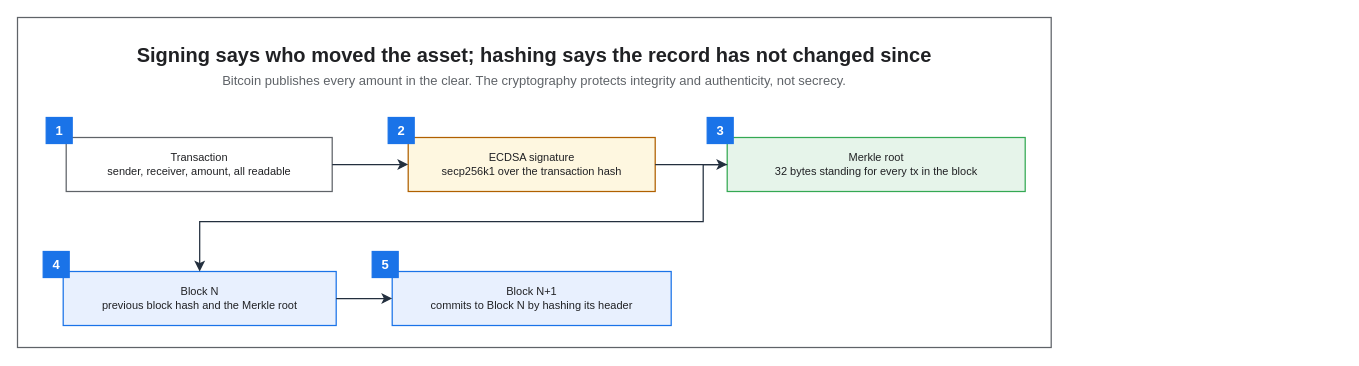
Earlier version of the draw.io diagram assets/img/blockchain/blockchain-series.drawio (KKamJi98/kkamji98.github.io). Source tidied: cells renumbered, new cells numbered last; positions are measured from the earlier drawing's top-left corner, leaving out a move shared by most shapes. Both pictures are drawn from the tidied source at 100%, with x=0, y=0 at pixel (17, 17).
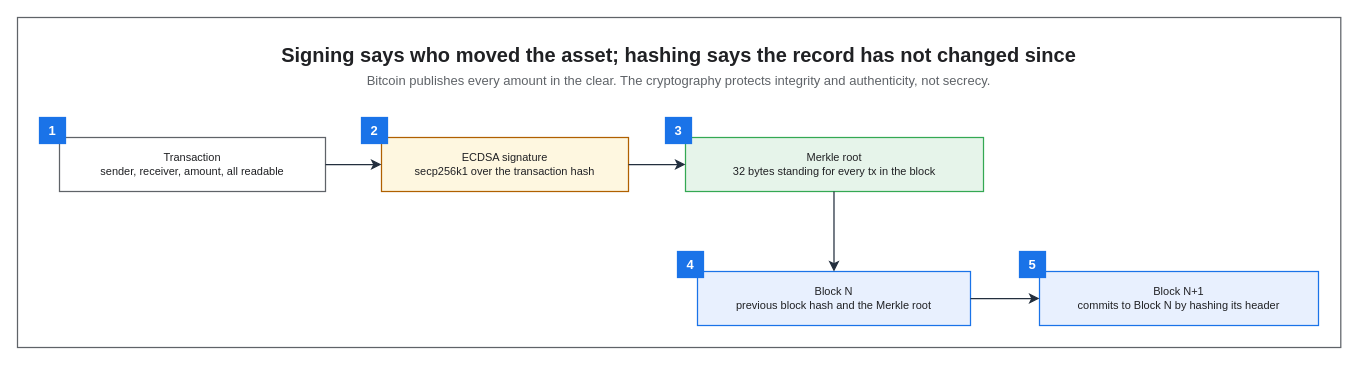
Above is the later version.

Commit message (it also covers changes not shown here):
fix(diagrams): drop the wrap edge out of the Merkle root's bottom

Change to the diagram source:
```diff
@@
     <mxCell id="2" style="rounded=0;html=0;fillColor=none;strokeColor=#5F6368;fontColor=#202124;strokeWidth=1.25;" parent="1" vertex="1">
-      <mxGeometry width="1033.7" height="330" as="geometry" />
+      <mxGeometry width="1323.3" height="330" as="geometry" />
     </mxCell>
     <mxCell id="3" value="Signing says who moved the asset; hashing says the record has not changed since" style="text;html=0;whiteSpace=wrap;fillColor=none;strokeColor=none;fontColor=#202124;fontSize=20;fontStyle=1;align=center;verticalAlign=middle;" parent="1" vertex="1">
-      <mxGeometry x="22" y="22" width="989.7" height="30" as="geometry" />
+      <mxGeometry x="22" y="22" width="1279.3" height="30" as="geometry" />
     </mxCell>
     <mxCell id="4" value="Bitcoin publishes every amount in the clear. The cryptography protects integrity and authenticity, not secrecy." style="text;html=0;whiteSpace=wrap;fillColor=none;strokeColor=none;fontColor=#5F6368;fontSize=13;fontStyle=0;align=center;verticalAlign=middle;" parent="1" vertex="1">
-      <mxGeometry x="22" y="52" width="989.7" height="22" as="geometry" />
+      <mxGeometry x="22" y="52" width="1279.3" height="22" as="geometry" />
     </mxCell>
     <mxCell id="5" value="Transaction&#10;sender, receiver, amount, all readable" style="rounded=0;whiteSpace=wrap;html=0;fillColor=#FFFFFF;strokeColor=#5F6368;fontColor=#202124;fontSize=11;fontStyle=0;align=center;verticalAlign=middle;spacingLeft=6;spacingRight=6;strokeWidth=1.25;" parent="1" vertex="1">
-      <mxGeometry x="48.7" y="120" width="266" height="54" as="geometry" />
+      <mxGeometry x="42" y="120" width="266" height="54" as="geometry" />
     </mxCell>
     <mxCell id="6" value="ECDSA signature&#10;secp256k1 over the transaction hash" style="rounded=0;whiteSpace=wrap;html=0;fillColor=#FEF7E0;strokeColor=#B06000;fontColor=#202124;fontSize=11;fontStyle=0;align=center;verticalAlign=middle;spacingLeft=6;spacingRight=6;strokeWidth=1.25;" parent="1" vertex="1">
-      <mxGeometry x="390.7" y="120" width="247" height="54" as="geometry" />
+      <mxGeometry x="364" y="120" width="247" height="54" as="geometry" />
     </mxCell>
     <mxCell id="7" value="Merkle root&#10;32 bytes standing for every tx in the block" style="rounded=0;whiteSpace=wrap;html=0;fillColor=#E6F4EA;strokeColor=#34A853;fontColor=#202124;fontSize=11;fontStyle=0;align=center;verticalAlign=middle;spacingLeft=6;spacingRight=6;strokeWidth=1.25;" parent="1" vertex="1">
-      <mxGeometry x="709.7" y="120" width="298" height="54" as="geometry" />
+      <mxGeometry x="668" y="120" width="298" height="54" as="geometry" />
     </mxCell>
     <mxCell id="8" value="Block N&#10;previous block hash and the Merkle root" style="rounded=0;whiteSpace=wrap;html=0;fillColor=#E8F0FE;strokeColor=#1A73E8;fontColor=#202124;fontSize=11;fontStyle=0;align=center;verticalAlign=middle;spacingLeft=6;spacingRight=6;strokeWidth=1.25;" parent="1" vertex="1">
-      <mxGeometry x="45.7" y="254" width="273" height="54" as="geometry" />
+      <mxGeometry x="680" y="254" width="273" height="54" as="geometry" />
     </mxCell>
     <mxCell id="9" value="Block N+1&#10;commits to Block N by hashing its header" style="rounded=0;whiteSpace=wrap;html=0;fillColor=#E8F0FE;strokeColor=#1A73E8;fontColor=#202124;fontSize=11;fontStyle=0;align=center;verticalAlign=middle;spacingLeft=6;spacingRight=6;strokeWidth=1.25;" parent="1" vertex="1">
-      <mxGeometry x="374.7" y="254" width="279" height="54" as="geometry" />
+      <mxGeometry x="1022" y="254" width="279" height="54" as="geometry" />
     </mxCell>
     <mxCell id="10" value="1" style="rounded=0;whiteSpace=wrap;html=0;fillColor=#1A73E8;strokeColor=#1A73E8;fontColor=#FFFFFF;fontSize=13;fontStyle=1;align=center;verticalAlign=middle;strokeWidth=1.25;" parent="1" vertex="1">
-      <mxGeometry x="28.7" y="100" width="26" height="26" as="geometry" />
+      <mxGeometry x="22" y="100" width="26" height="26" as="geometry" />
     </mxCell>
     <mxCell id="11" value="2" style="rounded=0;whiteSpace=wrap;html=0;fillColor=#1A73E8;strokeColor=#1A73E8;fontColor=#FFFFFF;fontSize=13;fontStyle=1;align=center;verticalAlign=middle;strokeWidth=1.25;" parent="1" vertex="1">
-      <mxGeometry x="370.7" y="100" width="26" height="26" as="geometry" />
+      <mxGeometry x="344" y="100" width="26" height="26" as="geometry" />
     </mxCell>
     <mxCell id="12" value="3" style="rounded=0;whiteSpace=wrap;html=0;fillColor=#1A73E8;strokeColor=#1A73E8;fontColor=#FFFFFF;fontSize=13;fontStyle=1;align=center;verticalAlign=middle;strokeWidth=1.25;" parent="1" vertex="1">
-      <mxGeometry x="689.7" y="100" width="26" height="26" as="geometry" />
+      <mxGeometry x="648" y="100" width="26" height="26" as="geometry" />
     </mxCell>
     <mxCell id="13" value="4" style="rounded=0;whiteSpace=wrap;html=0;fillColor=#1A73E8;strokeColor=#1A73E8;fontColor=#FFFFFF;fontSize=13;fontStyle=1;align=center;verticalAlign=middle;strokeWidth=1.25;" parent="1" vertex="1">
-      <mxGeometry x="25.7" y="234" width="26" height="26" as="geometry" />
+      <mxGeometry x="660" y="234" width="26" height="26" as="geometry" />
     </mxCell>
     <mxCell id="14" value="5" style="rounded=0;whiteSpace=wrap;html=0;fillColor=#1A73E8;strokeColor=#1A73E8;fontColor=#FFFFFF;fontSize=13;fontStyle=1;align=center;verticalAlign=middle;strokeWidth=1.25;" parent="1" vertex="1">
-      <mxGeometry x="354.7" y="234" width="26" height="26" as="geometry" />
+      <mxGeometry x="1002" y="234" width="26" height="26" as="geometry" />
     </mxCell>
@@
-    <mxCell id="17" style="edgeStyle=orthogonalEdgeStyle;rounded=0;html=0;strokeColor=#232F3E;strokeWidth=1.25;endArrow=classic;endFill=1;endSize=7;fontSize=11;fontColor=#202124;labelBackgroundColor=none;jettySize=14;exitX=0;exitY=0.5;entryX=0.5;entryY=0;exitDx=0;exitDy=0;entryDx=0;entryDy=0;" parent="1" edge="1" source="7" target="8">
-      <mxGeometry relative="1" as="geometry">
-        <Array as="points">
-          <mxPoint x="685.7" y="147" />
-          <mxPoint x="685.7" y="204" />
-          <mxPoint x="182.2" y="204" />
-        </Array>
-      </mxGeometry>
+    <mxCell id="17" style="edgeStyle=orthogonalEdgeStyle;rounded=0;html=0;strokeColor=#232F3E;strokeWidth=1.25;endArrow=classic;endFill=1;endSize=7;fontSize=11;fontColor=#202124;labelBackgroundColor=none;jettySize=14;exitX=0.4983;exitY=1;entryX=0.5;entryY=0;exitDx=0;exitDy=0;entryDx=0;entryDy=0;" parent="1" edge="1" source="7" target="8">
+      <mxGeometry relative="1" as="geometry" />
     </mxCell>
```
